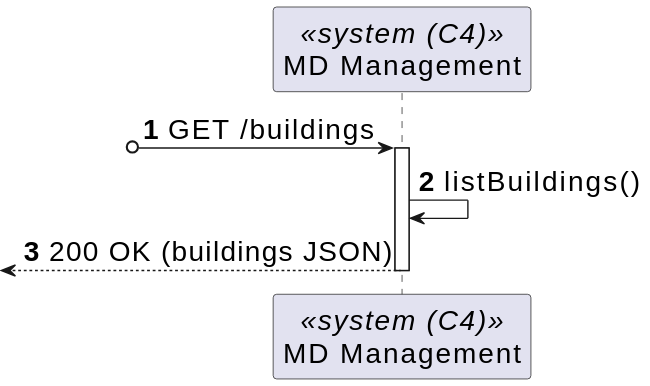
Above: _wiki/sprint-a/us03-170/views/level-2/assets/process-view.svg in miseEnPlace-dev/lapr5 (PlantUML), before the change.
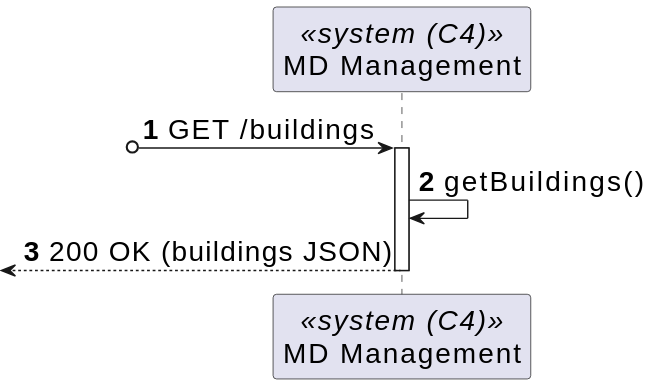
The same file after the commit.

Commit message:
docs(us-170): fixed method names in diagrams

Diff of the diagram source:
```diff
@@ -7,7 +7,7 @@
 ?o-> SYS : GET /buildings
 activate SYS
 
-SYS -> SYS : listBuildings()
+SYS -> SYS : getBuildings()
 <-- SYS : 200 OK (buildings JSON)
 deactivate SYS
 @enduml
```
